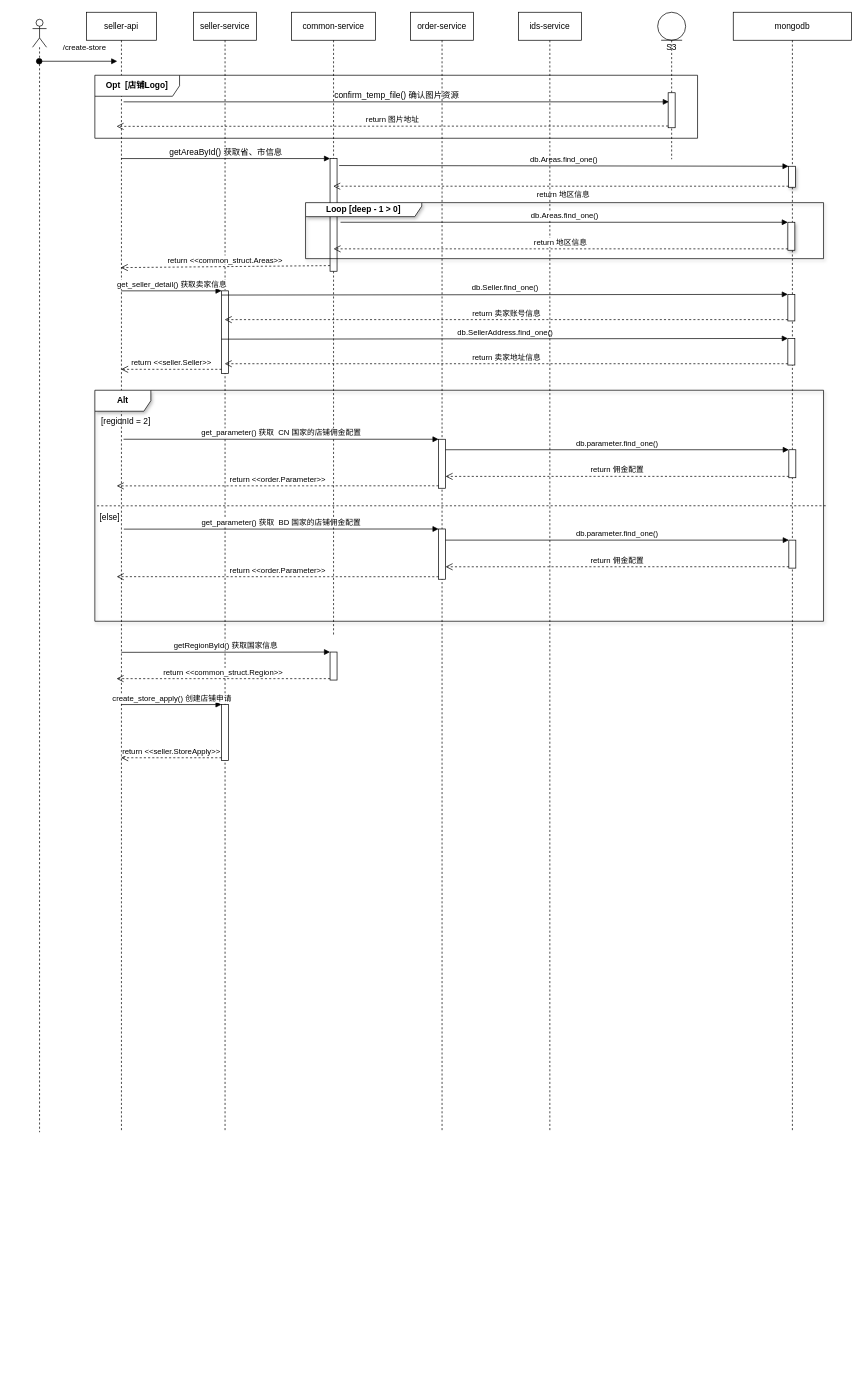
This is 开店时序图.drawio from wjctim/design-draw, a draw.io file, before an edit. Source tidied: cells renumbered, new cells numbered last; positions are measured from the earlier drawing's top-left corner, leaving out a move shared by most shapes. Both pictures are drawn from the tidied source at 70%, with x=0, y=0 at pixel (32, 12).
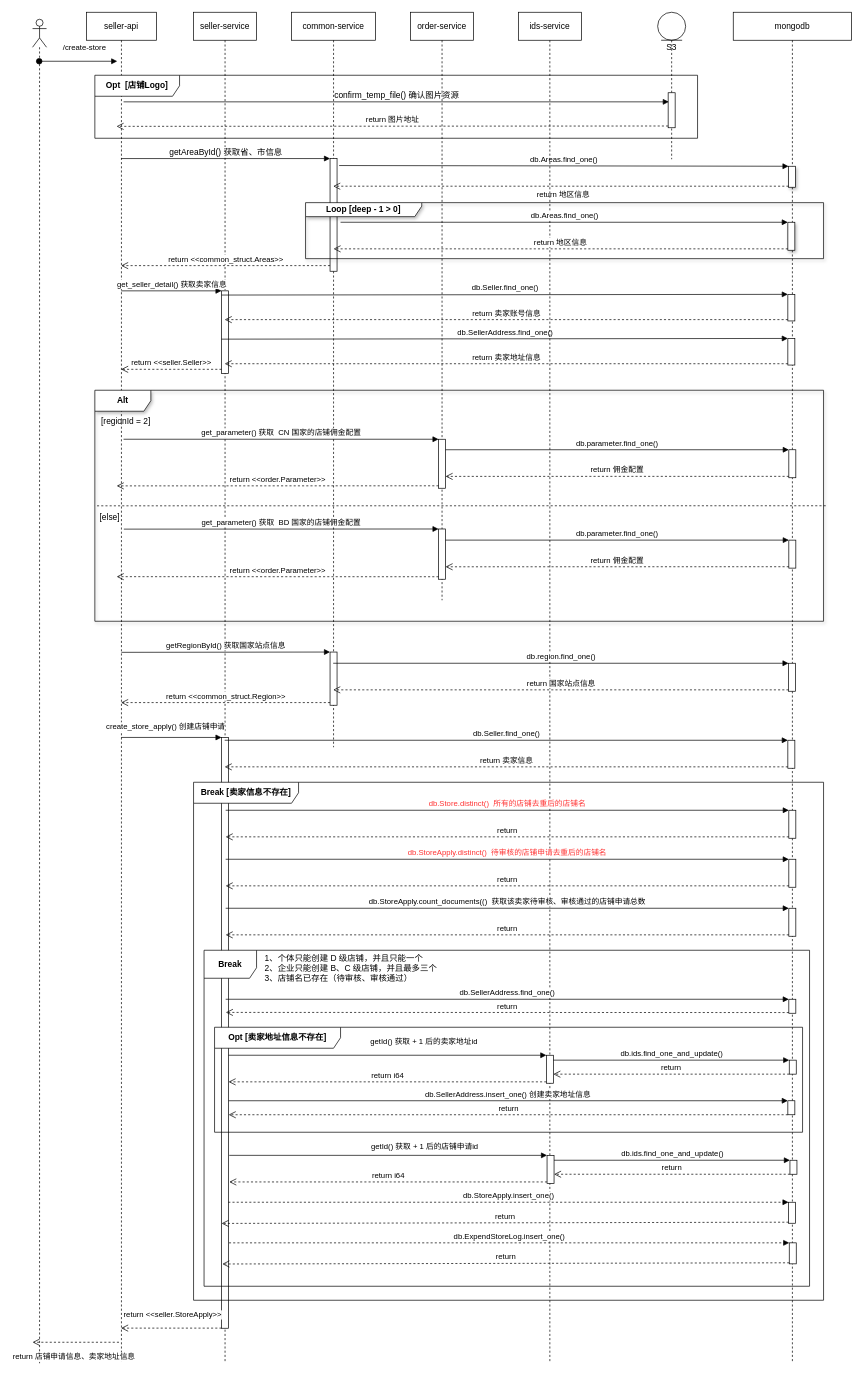
Above is the later version.

Commit message (it also covers changes not shown here):
更新开店时序图.drawio

Unchanged cells that the change refers to:
```xml
<mxCell id="13" style="html=1;points=[];perimeter=orthogonalPerimeter;" parent="12" vertex="1">
  <mxGeometry x="55" y="209" width="10" height="161" as="geometry" />
</mxCell>
```

Change to the diagram source:
```diff
@@
     <mxCell id="2" value="seller-api" style="shape=umlLifeline;perimeter=lifelinePerimeter;rounded=0;shadow=0;strokeWidth=1;" parent="1" vertex="1">
-      <mxGeometry x="77" width="100" height="1600" as="geometry" />
+      <mxGeometry x="77" width="100" height="1930" as="geometry" />
     </mxCell>
@@
     <mxCell id="5" value="seller-service" style="shape=umlLifeline;perimeter=lifelinePerimeter;rounded=0;shadow=0;strokeWidth=1;" parent="1" vertex="1">
-      <mxGeometry x="230" width="90" height="1600" as="geometry" />
+      <mxGeometry x="230" width="90" height="1930" as="geometry" />
     </mxCell>
@@
     <mxCell id="7" style="html=1;points=[];perimeter=orthogonalPerimeter;" parent="5" vertex="1">
-      <mxGeometry x="40" y="989" width="10" height="80" as="geometry" />
+      <mxGeometry x="40" y="1036" width="10" height="844" as="geometry" />
     </mxCell>
     <mxCell id="8" style="shape=umlLifeline;participant=umlActor;perimeter=lifelinePerimeter;whiteSpace=wrap;html=1;verticalAlign=top;spacingTop=36;outlineConnect=0;" parent="1" vertex="1">
-      <mxGeometry y="10" width="20" height="1590" as="geometry" />
+      <mxGeometry y="10" width="20" height="1920" as="geometry" />
     </mxCell>
@@
     <mxCell id="12" value="common-service" style="shape=umlLifeline;perimeter=lifelinePerimeter;rounded=0;shadow=0;strokeWidth=1;" parent="1" vertex="1">
-      <mxGeometry x="370" width="120" height="890" as="geometry" />
+      <mxGeometry x="370" width="120" height="1050" as="geometry" />
     </mxCell>
@@
     <mxCell id="14" style="html=1;points=[];perimeter=orthogonalPerimeter;" parent="12" vertex="1">
-      <mxGeometry x="55" y="914" width="10" height="40" as="geometry" />
+      <mxGeometry x="55" y="914" width="10" height="76" as="geometry" />
     </mxCell>
-    <mxCell id="15" value="return &amp;lt;&amp;lt;common_struct.Region&amp;gt;&amp;gt;" style="html=1;verticalAlign=bottom;endArrow=open;dashed=1;endSize=8;exitX=0;exitY=0.95;rounded=0;" parent="12" edge="1" source="14">
-      <mxGeometry relative="1" as="geometry">
-        <mxPoint x="-250" y="952" as="targetPoint" />
-      </mxGeometry>
-    </mxCell>
@@
-    <mxCell id="17" value="return &amp;lt;&amp;lt;common_struct.Areas&amp;gt;&amp;gt;" style="html=1;verticalAlign=bottom;endArrow=open;dashed=1;endSize=8;exitX=0;exitY=0.95;rounded=0;entryX=0.49;entryY=0.228;entryDx=0;entryDy=0;entryPerimeter=0;" parent="1" edge="1" source="13" target="2">
+    <mxCell id="17" value="return &amp;lt;&amp;lt;common_struct.Areas&amp;gt;&amp;gt;" style="html=1;verticalAlign=bottom;endArrow=open;dashed=1;endSize=8;exitX=0;exitY=0.95;rounded=0;" parent="1" edge="1" source="13" target="2">
       <mxGeometry relative="1" as="geometry" />
     </mxCell>
     <mxCell id="18" value="order-service" style="shape=umlLifeline;perimeter=lifelinePerimeter;rounded=0;shadow=0;strokeWidth=1;" parent="1" vertex="1">
-      <mxGeometry x="540" width="90" height="1600" as="geometry" />
+      <mxGeometry x="540" width="90" height="840" as="geometry" />
     </mxCell>
@@
     <mxCell id="20" value="mongodb" style="shape=umlLifeline;perimeter=lifelinePerimeter;whiteSpace=wrap;html=1;rounded=0;glass=0;sketch=0;" parent="1" vertex="1">
-      <mxGeometry x="1001" width="169" height="1600" as="geometry" />
+      <mxGeometry x="1001" width="169" height="1930" as="geometry" />
     </mxCell>
@@
+    <mxCell id="56" style="html=1;points=[];perimeter=orthogonalPerimeter;" parent="20" vertex="1">
+      <mxGeometry x="79" y="930" width="10" height="40" as="geometry" />
+    </mxCell>
+    <mxCell id="57" style="html=1;points=[];perimeter=orthogonalPerimeter;" parent="20" vertex="1">
+      <mxGeometry x="78" y="1040" width="10" height="40" as="geometry" />
+    </mxCell>
@@
     <mxCell id="31" value="ids-service" style="shape=umlLifeline;perimeter=lifelinePerimeter;rounded=0;shadow=0;strokeWidth=1;" parent="1" vertex="1">
-      <mxGeometry x="694" width="90" height="1600" as="geometry" />
+      <mxGeometry x="694" width="90" height="1930" as="geometry" />
     </mxCell>
@@
-    <mxCell id="47" value="getRegionById() 获取国家信息" style="html=1;verticalAlign=bottom;endArrow=block;entryX=0;entryY=0;rounded=0;exitX=0.5;exitY=0.519;exitDx=0;exitDy=0;exitPerimeter=0;" parent="1" edge="1" target="14">
+    <mxCell id="47" value="getRegionById() 获取国家站点信息" style="html=1;verticalAlign=bottom;endArrow=block;entryX=0;entryY=0;rounded=0;exitX=0.5;exitY=0.519;exitDx=0;exitDy=0;exitPerimeter=0;" parent="1" edge="1" target="14">
       <mxGeometry relative="1" as="geometry">
         <mxPoint x="127" y="914.4" as="sourcePoint" />
       </mxGeometry>
     </mxCell>
     <mxCell id="48" value="create_store_apply() 创建店铺申请" style="html=1;verticalAlign=bottom;endArrow=block;entryX=0;entryY=0;rounded=0;" parent="1" edge="1" target="7">
-      <mxGeometry relative="1" as="geometry">
-        <mxPoint x="126.5" y="989" as="sourcePoint" />
+      <mxGeometry x="-0.12" y="6" relative="1" as="geometry">
+        <mxPoint x="126.5" y="1036" as="sourcePoint" />
       </mxGeometry>
     </mxCell>
-    <mxCell id="49" value="return &amp;lt;&amp;lt;seller.StoreApply&amp;gt;&amp;gt;" style="html=1;verticalAlign=bottom;endArrow=open;dashed=1;endSize=8;exitX=0;exitY=0.95;rounded=0;" parent="1" edge="1" source="7">
-      <mxGeometry relative="1" as="geometry">
-        <mxPoint x="126.5" y="1065" as="targetPoint" />
+    <mxCell id="49" value="return &amp;lt;&amp;lt;seller.StoreApply&amp;gt;&amp;gt;" style="html=1;verticalAlign=bottom;endArrow=open;dashed=1;endSize=8;exitX=0;exitY=0.95;rounded=0;" parent="1" edge="1">
+      <mxGeometry x="-0.02" y="-10" relative="1" as="geometry">
+        <mxPoint x="270" y="1879.8" as="sourcePoint" />
+        <mxPoint x="126.5" y="1879.8" as="targetPoint" />
       </mxGeometry>
     </mxCell>
@@
+    <mxCell id="58" value="db.region.find_one()" style="html=1;verticalAlign=bottom;endArrow=block;entryX=0;entryY=0;rounded=0;" parent="1" edge="1" source="12" target="56">
+      <mxGeometry relative="1" as="geometry" />
+    </mxCell>
+    <mxCell id="59" value="return 国家站点信息" style="html=1;verticalAlign=bottom;endArrow=open;dashed=1;endSize=8;exitX=0;exitY=0.95;rounded=0;" parent="1" edge="1" source="56" target="12">
+      <mxGeometry relative="1" as="geometry" />
+    </mxCell>
+    <mxCell id="15" value="return &amp;lt;&amp;lt;common_struct.Region&amp;gt;&amp;gt;" style="html=1;verticalAlign=bottom;endArrow=open;dashed=1;endSize=8;exitX=0;exitY=0.95;rounded=0;" parent="1" edge="1" source="14" target="2">
+      <mxGeometry relative="1" as="geometry" />
+    </mxCell>
+    <mxCell id="60" value="&lt;b&gt;Break [卖家信息不存在]&lt;/b&gt;" style="shape=umlFrame;whiteSpace=wrap;html=1;width=150;height=30;" parent="1" vertex="1">
+      <mxGeometry x="230" y="1100" width="900" height="740" as="geometry" />
+    </mxCell>
+    <mxCell id="61" value="db.Seller.find_one()" style="html=1;verticalAlign=bottom;endArrow=block;entryX=0;entryY=0;rounded=0;" parent="1" edge="1" source="5" target="57">
+      <mxGeometry relative="1" as="geometry" />
+    </mxCell>
+    <mxCell id="62" value="return 卖家信息" style="html=1;verticalAlign=bottom;endArrow=open;dashed=1;endSize=8;exitX=0;exitY=0.95;rounded=0;" parent="1" edge="1" source="57" target="5">
+      <mxGeometry relative="1" as="geometry" />
+    </mxCell>
+    <mxCell id="63" value="&lt;b&gt;Break&lt;/b&gt;" style="shape=umlFrame;whiteSpace=wrap;html=1;width=75;height=40;" parent="1" vertex="1">
+      <mxGeometry x="245" y="1340" width="865" height="480" as="geometry" />
+    </mxCell>
+    <mxCell id="64" value="1、个体只能创建 D 级店铺，并且只能一个&lt;br&gt;2、企业只能创建 B、C 级店铺，并且最多三个&lt;br&gt;3、店铺名已存在（待审核、审核通过）" style="text;html=1;strokeColor=none;fillColor=none;align=left;verticalAlign=middle;whiteSpace=wrap;rounded=0;" parent="1" vertex="1">
+      <mxGeometry x="330" y="1341" width="250" height="49" as="geometry" />
+    </mxCell>
+    <mxCell id="65" style="html=1;points=[];perimeter=orthogonalPerimeter;" parent="1" vertex="1">
+      <mxGeometry x="1080.4" y="1140" width="10" height="40" as="geometry" />
+    </mxCell>
+    <mxCell id="66" value="&lt;font color=&quot;#ff3333&quot;&gt;db.Store.distinct()&amp;nbsp;&amp;nbsp;&lt;/font&gt;&lt;span style=&quot;color: rgb(255, 51, 51);&quot;&gt;所有的店铺去重后的店铺名&lt;/span&gt;" style="html=1;verticalAlign=bottom;endArrow=block;entryX=0;entryY=0;rounded=0;" parent="1" edge="1" target="65">
+      <mxGeometry relative="1" as="geometry">
+        <mxPoint x="275.9" y="1140" as="sourcePoint" />
+      </mxGeometry>
+    </mxCell>
+    <mxCell id="67" value="return" style="html=1;verticalAlign=bottom;endArrow=open;dashed=1;endSize=8;exitX=0;exitY=0.95;rounded=0;" parent="1" edge="1" source="65">
+      <mxGeometry relative="1" as="geometry">
+        <mxPoint x="275.9" y="1178" as="targetPoint" />
+      </mxGeometry>
+    </mxCell>
+    <mxCell id="68" style="html=1;points=[];perimeter=orthogonalPerimeter;" parent="1" vertex="1">
+      <mxGeometry x="1080.4" y="1210" width="10" height="40" as="geometry" />
+    </mxCell>
+    <mxCell id="69" value="&lt;font color=&quot;#ff3333&quot;&gt;db.StoreApply.distinct()&amp;nbsp;&amp;nbsp;&lt;/font&gt;&lt;span style=&quot;color: rgb(255, 51, 51);&quot;&gt;待审核的店铺申请去重后的店铺名&lt;/span&gt;" style="html=1;verticalAlign=bottom;endArrow=block;entryX=0;entryY=0;rounded=0;" parent="1" edge="1" target="68">
+      <mxGeometry relative="1" as="geometry">
+        <mxPoint x="275.9" y="1210" as="sourcePoint" />
+      </mxGeometry>
+    </mxCell>
+    <mxCell id="70" value="return" style="html=1;verticalAlign=bottom;endArrow=open;dashed=1;endSize=8;exitX=0;exitY=0.95;rounded=0;" parent="1" edge="1" source="68">
+      <mxGeometry relative="1" as="geometry">
+        <mxPoint x="275.9" y="1248" as="targetPoint" />
+      </mxGeometry>
+    </mxCell>
+    <mxCell id="71" style="html=1;points=[];perimeter=orthogonalPerimeter;" parent="1" vertex="1">
+      <mxGeometry x="1080.4" y="1280" width="10" height="40" as="geometry" />
+    </mxCell>
+    <mxCell id="72" value="&lt;span style=&quot;font-size: 11px;&quot;&gt;db.StoreApply.count_documents(&lt;/span&gt;()&amp;nbsp; 获取该卖家待审核、审核通过的店铺申请总数" style="html=1;verticalAlign=bottom;endArrow=block;entryX=0;entryY=0;rounded=0;" parent="1" edge="1" target="71">
+      <mxGeometry relative="1" as="geometry">
+        <mxPoint x="275.9" y="1280" as="sourcePoint" />
+      </mxGeometry>
+    </mxCell>
+    <mxCell id="73" value="return" style="html=1;verticalAlign=bottom;endArrow=open;dashed=1;endSize=8;exitX=0;exitY=0.95;rounded=0;" parent="1" edge="1" source="71">
+      <mxGeometry relative="1" as="geometry">
+        <mxPoint x="275.9" y="1318" as="targetPoint" />
+      </mxGeometry>
+    </mxCell>
+    <mxCell id="74" style="html=1;points=[];perimeter=orthogonalPerimeter;" parent="1" vertex="1">
+      <mxGeometry x="1080.4" y="1410" width="10" height="20" as="geometry" />
+    </mxCell>
+    <mxCell id="75" value="db.SellerAddress.find_one()" style="html=1;verticalAlign=bottom;endArrow=block;entryX=0;entryY=0;rounded=0;" parent="1" edge="1" target="74">
+      <mxGeometry relative="1" as="geometry">
+        <mxPoint x="275.9" y="1410" as="sourcePoint" />
+      </mxGeometry>
+    </mxCell>
+    <mxCell id="76" value="return" style="html=1;verticalAlign=bottom;endArrow=open;dashed=1;endSize=8;exitX=0;exitY=0.95;rounded=0;entryX=0.036;entryY=0.185;entryDx=0;entryDy=0;entryPerimeter=0;" parent="1" edge="1" source="74" target="63">
+      <mxGeometry relative="1" as="geometry" />
+    </mxCell>
+    <mxCell id="77" value="&lt;b&gt;Opt [卖家地址信息不存在]&lt;/b&gt;" style="shape=umlFrame;whiteSpace=wrap;html=1;fontColor=#000000;width=180;height=30;" parent="1" vertex="1">
+      <mxGeometry x="260" y="1450" width="840" height="150" as="geometry" />
+    </mxCell>
+    <mxCell id="78" style="html=1;points=[];perimeter=orthogonalPerimeter;fontColor=#000000;" parent="1" vertex="1">
+      <mxGeometry x="734" y="1490" width="10" height="40" as="geometry" />
+    </mxCell>
+    <mxCell id="79" value="getId() 获取 + 1 后的卖家地址id" style="html=1;verticalAlign=bottom;endArrow=block;entryX=0;entryY=0;rounded=0;fontColor=#000000;" parent="1" edge="1" target="78">
+      <mxGeometry x="0.23" y="10" relative="1" as="geometry">
+        <mxPoint x="280" y="1490" as="sourcePoint" />
+      </mxGeometry>
+    </mxCell>
+    <mxCell id="80" value="return i64" style="html=1;verticalAlign=bottom;endArrow=open;dashed=1;endSize=8;exitX=0;exitY=0.95;rounded=0;fontColor=#000000;" parent="1" edge="1" source="78">
+      <mxGeometry relative="1" as="geometry">
+        <mxPoint x="280" y="1528" as="targetPoint" />
+      </mxGeometry>
+    </mxCell>
+    <mxCell id="81" style="html=1;points=[];perimeter=orthogonalPerimeter;fontColor=#000000;" parent="1" vertex="1">
+      <mxGeometry x="1081" y="1497" width="10" height="20" as="geometry" />
+    </mxCell>
+    <mxCell id="82" value="db.ids.find_one_and_update()" style="html=1;verticalAlign=bottom;endArrow=block;entryX=0;entryY=0;rounded=0;fontColor=#000000;" parent="1" edge="1" source="78" target="81">
+      <mxGeometry relative="1" as="geometry" />
+    </mxCell>
+    <mxCell id="83" style="html=1;points=[];perimeter=orthogonalPerimeter;fontColor=#000000;" parent="1" vertex="1">
+      <mxGeometry x="1079" y="1555" width="10" height="20" as="geometry" />
+    </mxCell>
+    <mxCell id="84" value="db.SellerAddress.insert_one() 创建卖家地址信息" style="html=1;verticalAlign=bottom;endArrow=block;entryX=0;entryY=0;rounded=0;fontColor=#000000;exitX=0.024;exitY=0.714;exitDx=0;exitDy=0;exitPerimeter=0;" parent="1" edge="1" target="83">
+      <mxGeometry relative="1" as="geometry">
+        <mxPoint x="280.2" y="1555" as="sourcePoint" />
+      </mxGeometry>
+    </mxCell>
+    <mxCell id="85" value="return" style="html=1;verticalAlign=bottom;endArrow=open;dashed=1;endSize=8;exitX=0;exitY=0.95;rounded=0;fontColor=#000000;entryX=0.024;entryY=0.85;entryDx=0;entryDy=0;entryPerimeter=0;" parent="1" edge="1">
+      <mxGeometry relative="1" as="geometry">
+        <mxPoint x="1079" y="1575" as="sourcePoint" />
+        <mxPoint x="280.2" y="1575" as="targetPoint" />
+      </mxGeometry>
+    </mxCell>
+    <mxCell id="86" value="return" style="html=1;verticalAlign=bottom;endArrow=open;dashed=1;endSize=8;exitX=0;exitY=0.95;fontColor=#000000;rounded=0;strokeColor=default;" parent="1" edge="1">
+      <mxGeometry relative="1" as="geometry">
+        <mxPoint x="1081" y="1517" as="sourcePoint" />
+        <mxPoint x="744" y="1517" as="targetPoint" />
+      </mxGeometry>
+    </mxCell>
+    <mxCell id="87" style="html=1;points=[];perimeter=orthogonalPerimeter;fontColor=#000000;" parent="1" vertex="1">
+      <mxGeometry x="735" y="1633" width="10" height="40" as="geometry" />
+    </mxCell>
+    <mxCell id="88" value="getId() 获取 + 1 后的店铺申请id" style="html=1;verticalAlign=bottom;endArrow=block;entryX=0;entryY=0;rounded=0;fontColor=#000000;" parent="1" edge="1" target="87">
+      <mxGeometry x="0.23" y="3" relative="1" as="geometry">
+        <mxPoint x="281" y="1633" as="sourcePoint" />
+      </mxGeometry>
+    </mxCell>
+    <mxCell id="89" value="return i64" style="html=1;verticalAlign=bottom;endArrow=open;dashed=1;endSize=8;exitX=0;exitY=0.95;rounded=0;fontColor=#000000;" parent="1" edge="1" source="87">
+      <mxGeometry relative="1" as="geometry">
+        <mxPoint x="281" y="1671" as="targetPoint" />
+      </mxGeometry>
+    </mxCell>
+    <mxCell id="90" style="html=1;points=[];perimeter=orthogonalPerimeter;fontColor=#000000;" parent="1" vertex="1">
+      <mxGeometry x="1082" y="1640" width="10" height="20" as="geometry" />
+    </mxCell>
+    <mxCell id="91" value="db.ids.find_one_and_update()" style="html=1;verticalAlign=bottom;endArrow=block;entryX=0;entryY=0;rounded=0;fontColor=#000000;" parent="1" edge="1" source="87" target="90">
+      <mxGeometry relative="1" as="geometry" />
+    </mxCell>
+    <mxCell id="92" value="return" style="html=1;verticalAlign=bottom;endArrow=open;dashed=1;endSize=8;exitX=0;exitY=0.95;fontColor=#000000;rounded=0;strokeColor=default;" parent="1" edge="1">
+      <mxGeometry relative="1" as="geometry">
+        <mxPoint x="1082" y="1660" as="sourcePoint" />
+        <mxPoint x="745" y="1660" as="targetPoint" />
+      </mxGeometry>
+    </mxCell>
+    <mxCell id="93" style="html=1;points=[];perimeter=orthogonalPerimeter;fontColor=#000000;" parent="1" vertex="1">
+      <mxGeometry x="1080" y="1700" width="10" height="30" as="geometry" />
+    </mxCell>
+    <mxCell id="94" value="db.StoreApply.insert_one()" style="html=1;verticalAlign=bottom;endArrow=block;entryX=0;entryY=0;rounded=0;dashed=1;strokeColor=default;strokeWidth=1;fontColor=#000000;exitX=0.04;exitY=0.75;exitDx=0;exitDy=0;exitPerimeter=0;" parent="1" edge="1" source="63" target="93">
+      <mxGeometry relative="1" as="geometry" />
+    </mxCell>
+    <mxCell id="95" value="return" style="html=1;verticalAlign=bottom;endArrow=open;dashed=1;endSize=8;exitX=0;exitY=0.95;rounded=0;strokeColor=default;strokeWidth=1;fontColor=#000000;entryX=0.029;entryY=0.813;entryDx=0;entryDy=0;entryPerimeter=0;" parent="1" edge="1" source="93" target="63">
+      <mxGeometry relative="1" as="geometry" />
+    </mxCell>
+    <mxCell id="96" style="html=1;points=[];perimeter=orthogonalPerimeter;fontColor=#000000;" parent="1" vertex="1">
+      <mxGeometry x="1081" y="1758" width="10" height="30" as="geometry" />
+    </mxCell>
+    <mxCell id="97" value="db.ExpendStoreLog.insert_one()" style="html=1;verticalAlign=bottom;endArrow=block;entryX=0;entryY=0;rounded=0;dashed=1;strokeColor=default;strokeWidth=1;fontColor=#000000;exitX=0.04;exitY=0.75;exitDx=0;exitDy=0;exitPerimeter=0;" parent="1" edge="1" target="96">
+      <mxGeometry relative="1" as="geometry">
+        <mxPoint x="280.6" y="1758" as="sourcePoint" />
+      </mxGeometry>
+    </mxCell>
+    <mxCell id="98" value="return" style="html=1;verticalAlign=bottom;endArrow=open;dashed=1;endSize=8;exitX=0;exitY=0.95;rounded=0;strokeColor=default;strokeWidth=1;fontColor=#000000;entryX=0.029;entryY=0.813;entryDx=0;entryDy=0;entryPerimeter=0;" parent="1" edge="1" source="96">
+      <mxGeometry relative="1" as="geometry">
+        <mxPoint x="271.1" y="1788.2" as="targetPoint" />
+      </mxGeometry>
+    </mxCell>
+    <mxCell id="99" value="return 店铺申请信息、卖家地址信息" style="html=1;verticalAlign=bottom;endArrow=open;dashed=1;endSize=8;exitX=0;exitY=0.95;rounded=0;" parent="1" edge="1">
+      <mxGeometry x="0.03" y="30" relative="1" as="geometry">
+        <mxPoint x="123.5" y="1900" as="sourcePoint" />
+        <mxPoint y="1900" as="targetPoint" />
+        <mxPoint x="-1" as="offset" />
+      </mxGeometry>
+    </mxCell>
```
